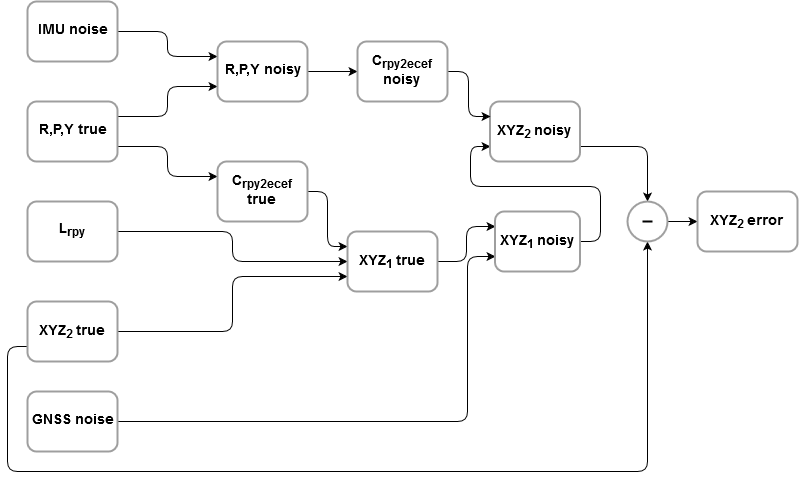
Above: Untitled Diagram.png in DaryaMalafeeva/gnss-imu-rover (draw.io), before the change. Source tidied: cells renumbered, new cells last; positions are measured from the earlier drawing's top-left corner, leaving out a move shared by most shapes.
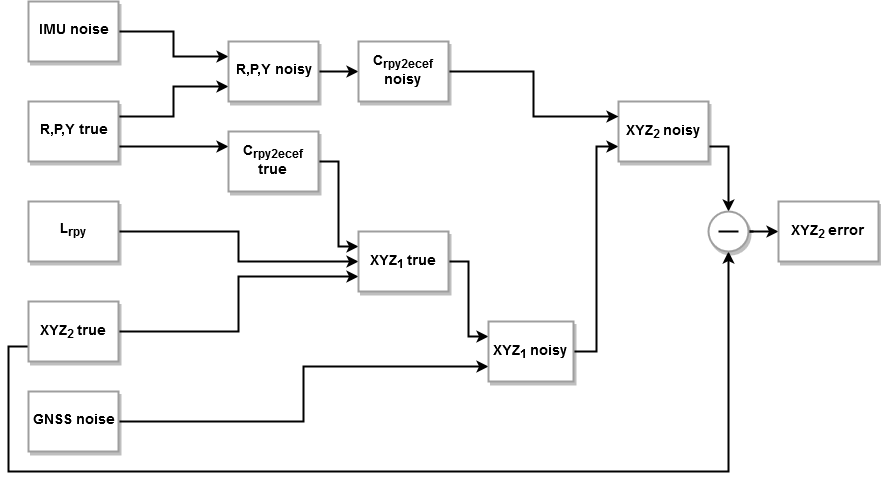
Later version of the same file.

Diff of the diagram source:
```diff
@@ -2,103 +2,106 @@
   <root>
     <mxCell id="0" />
     <mxCell id="1" parent="0" />
-    <mxCell id="2" style="edgeStyle=orthogonalEdgeStyle;rounded=1;jettySize=auto;html=1;exitX=1;exitY=0.25;exitDx=0;exitDy=0;entryX=0;entryY=0.75;entryDx=0;entryDy=0;strokeWidth=1;jumpSize=1;" parent="1" edge="1" source="4" target="17">
+    <mxCell id="2" style="edgeStyle=orthogonalEdgeStyle;rounded=0;jettySize=auto;html=1;exitX=1;exitY=0.25;exitDx=0;exitDy=0;entryX=0;entryY=0.75;entryDx=0;entryDy=0;strokeWidth=2;jumpSize=3;" parent="1" edge="1" source="4" target="17">
       <mxGeometry relative="1" as="geometry" />
     </mxCell>
-    <mxCell id="3" style="edgeStyle=orthogonalEdgeStyle;rounded=1;jettySize=auto;html=1;exitX=1;exitY=0.75;exitDx=0;exitDy=0;entryX=0;entryY=0.25;entryDx=0;entryDy=0;strokeWidth=1;" parent="1" edge="1" source="4" target="15">
+    <mxCell id="3" style="edgeStyle=orthogonalEdgeStyle;rounded=0;jettySize=auto;html=1;exitX=1;exitY=0.75;exitDx=0;exitDy=0;entryX=0;entryY=0.25;entryDx=0;entryDy=0;strokeWidth=2;" parent="1" edge="1" source="4" target="15">
       <mxGeometry relative="1" as="geometry" />
     </mxCell>
-    <mxCell id="4" value="&lt;b&gt;&lt;font style=&quot;font-size: 14px&quot;&gt;R,P,Y true&lt;/font&gt;&lt;/b&gt;" style="rounded=1;whiteSpace=wrap;html=1;strokeWidth=2;strokeColor=#9E9E9E;" parent="1" vertex="1">
+    <mxCell id="4" value="&lt;b&gt;&lt;font style=&quot;font-size: 14px&quot;&gt;R,P,Y true&lt;/font&gt;&lt;/b&gt;" style="rounded=0;whiteSpace=wrap;html=1;strokeWidth=2;strokeColor=#9E9E9E;shadow=1;" parent="1" vertex="1">
       <mxGeometry x="20" y="100" width="90" height="60" as="geometry" />
     </mxCell>
-    <mxCell id="5" style="edgeStyle=orthogonalEdgeStyle;rounded=1;jettySize=auto;html=1;exitX=1;exitY=0.5;exitDx=0;exitDy=0;entryX=0;entryY=0.25;entryDx=0;entryDy=0;strokeWidth=1;" parent="1" edge="1" source="6" target="17">
+    <mxCell id="5" style="edgeStyle=orthogonalEdgeStyle;rounded=0;jettySize=auto;html=1;exitX=1;exitY=0.5;exitDx=0;exitDy=0;entryX=0;entryY=0.25;entryDx=0;entryDy=0;strokeWidth=2;" parent="1" edge="1" source="6" target="17">
       <mxGeometry relative="1" as="geometry" />
     </mxCell>
-    <mxCell id="6" value="&lt;b&gt;&lt;font style=&quot;font-size: 14px&quot;&gt;IMU noise&lt;/font&gt;&lt;/b&gt;" style="rounded=1;whiteSpace=wrap;html=1;strokeWidth=2;strokeColor=#9E9E9E;" parent="1" vertex="1">
+    <mxCell id="6" value="&lt;b&gt;&lt;font style=&quot;font-size: 14px&quot;&gt;IMU noise&lt;/font&gt;&lt;/b&gt;" style="rounded=0;whiteSpace=wrap;html=1;strokeWidth=2;strokeColor=#9E9E9E;glass=0;comic=0;shadow=1;" parent="1" vertex="1">
       <mxGeometry x="20" width="90" height="60" as="geometry" />
     </mxCell>
-    <mxCell id="7" style="edgeStyle=orthogonalEdgeStyle;rounded=1;jettySize=auto;html=1;exitX=1;exitY=0.5;exitDx=0;exitDy=0;entryX=0;entryY=0.75;entryDx=0;entryDy=0;strokeWidth=1;" parent="1" edge="1" source="8" target="21">
-      <mxGeometry relative="1" as="geometry">
-        <Array as="points">
-          <mxPoint x="460" y="420" />
-          <mxPoint x="460" y="255" />
-        </Array>
-      </mxGeometry>
+    <mxCell id="7" style="edgeStyle=orthogonalEdgeStyle;rounded=0;jumpSize=2;jettySize=auto;html=1;exitX=1;exitY=0.5;exitDx=0;exitDy=0;entryX=0;entryY=0.75;entryDx=0;entryDy=0;strokeWidth=2;" parent="1" edge="1" source="8" target="21">
+      <mxGeometry relative="1" as="geometry" />
     </mxCell>
-    <mxCell id="8" value="&lt;b&gt;&lt;font style=&quot;font-size: 14px&quot;&gt;GNSS noise&lt;/font&gt;&lt;/b&gt;" style="rounded=1;whiteSpace=wrap;html=1;strokeWidth=2;strokeColor=#9E9E9E;" parent="1" vertex="1">
+    <mxCell id="8" value="&lt;b&gt;&lt;font style=&quot;font-size: 14px&quot;&gt;GNSS noise&lt;/font&gt;&lt;/b&gt;" style="rounded=0;whiteSpace=wrap;html=1;strokeWidth=2;strokeColor=#9E9E9E;shadow=1;" parent="1" vertex="1">
       <mxGeometry x="20" y="390" width="90" height="60" as="geometry" />
     </mxCell>
-    <mxCell id="9" style="edgeStyle=orthogonalEdgeStyle;rounded=1;jettySize=auto;html=1;exitX=1;exitY=0.5;exitDx=0;exitDy=0;entryX=0;entryY=0.5;entryDx=0;entryDy=0;strokeWidth=1;" parent="1" edge="1" source="10" target="19">
+    <mxCell id="9" style="edgeStyle=orthogonalEdgeStyle;rounded=0;jettySize=auto;html=1;exitX=1;exitY=0.5;exitDx=0;exitDy=0;entryX=0;entryY=0.5;entryDx=0;entryDy=0;strokeWidth=2;" parent="1" edge="1" source="10" target="19">
       <mxGeometry relative="1" as="geometry" />
     </mxCell>
-    <mxCell id="10" value="&lt;b&gt;&lt;font style=&quot;font-size: 14px&quot;&gt;&lt;font style=&quot;font-size: 14px&quot;&gt;L&lt;sub&gt;rpy&lt;/sub&gt;&lt;br&gt;&lt;/font&gt;&lt;/font&gt;&lt;/b&gt;" style="rounded=1;whiteSpace=wrap;html=1;strokeWidth=2;strokeColor=#9E9E9E;" parent="1" vertex="1">
+    <mxCell id="10" value="&lt;b&gt;&lt;font style=&quot;font-size: 14px&quot;&gt;&lt;font style=&quot;font-size: 14px&quot;&gt;L&lt;sub&gt;rpy&lt;/sub&gt;&lt;br&gt;&lt;/font&gt;&lt;/font&gt;&lt;/b&gt;" style="rounded=0;whiteSpace=wrap;html=1;strokeWidth=2;strokeColor=#9E9E9E;shadow=1;" parent="1" vertex="1">
       <mxGeometry x="20" y="200" width="90" height="60" as="geometry" />
     </mxCell>
-    <mxCell id="11" style="edgeStyle=orthogonalEdgeStyle;rounded=1;jettySize=auto;html=1;exitX=1;exitY=0.5;exitDx=0;exitDy=0;entryX=0;entryY=0.75;entryDx=0;entryDy=0;strokeWidth=1;" parent="1" edge="1" source="13" target="19">
+    <mxCell id="11" style="edgeStyle=orthogonalEdgeStyle;rounded=0;jettySize=auto;html=1;exitX=1;exitY=0.5;exitDx=0;exitDy=0;entryX=0;entryY=0.75;entryDx=0;entryDy=0;strokeWidth=2;" parent="1" edge="1" source="13" target="19">
       <mxGeometry relative="1" as="geometry" />
     </mxCell>
-    <mxCell id="12" style="edgeStyle=orthogonalEdgeStyle;rounded=1;jettySize=auto;html=1;exitX=0;exitY=0.75;exitDx=0;exitDy=0;entryX=0.5;entryY=1;entryDx=0;entryDy=0;strokeWidth=1;" parent="1" edge="1" source="13" target="27">
+    <mxCell id="12" style="edgeStyle=orthogonalEdgeStyle;rounded=0;jettySize=auto;html=1;exitX=0;exitY=0.75;exitDx=0;exitDy=0;entryX=0.5;entryY=1;entryDx=0;entryDy=0;strokeWidth=2;" parent="1" edge="1" source="13" target="27">
       <mxGeometry relative="1" as="geometry">
         <Array as="points">
           <mxPoint y="345" />
           <mxPoint y="470" />
-          <mxPoint x="640" y="470" />
+          <mxPoint x="720" y="470" />
         </Array>
       </mxGeometry>
     </mxCell>
-    <mxCell id="13" value="&lt;b&gt;&lt;font style=&quot;font-size: 16px&quot;&gt;&lt;span style=&quot;font-size: 14px&quot;&gt;&lt;font style=&quot;font-size: 14px&quot;&gt;XYZ&lt;sub&gt;2 &lt;/sub&gt;true&lt;br&gt;&lt;/font&gt;&lt;/span&gt;&lt;/font&gt;&lt;/b&gt;" style="rounded=1;whiteSpace=wrap;html=1;strokeWidth=2;strokeColor=#9E9E9E;" parent="1" vertex="1">
+    <mxCell id="13" value="&lt;b&gt;&lt;font style=&quot;font-size: 16px&quot;&gt;&lt;span style=&quot;font-size: 14px&quot;&gt;&lt;font style=&quot;font-size: 14px&quot;&gt;XYZ&lt;sub&gt;2 &lt;/sub&gt;true&lt;br&gt;&lt;/font&gt;&lt;/span&gt;&lt;/font&gt;&lt;/b&gt;" style="rounded=0;whiteSpace=wrap;html=1;strokeWidth=2;strokeColor=#9E9E9E;shadow=1;" parent="1" vertex="1">
       <mxGeometry x="20" y="300" width="90" height="60" as="geometry" />
     </mxCell>
-    <mxCell id="14" style="edgeStyle=orthogonalEdgeStyle;rounded=1;jettySize=auto;html=1;exitX=1;exitY=0.5;exitDx=0;exitDy=0;entryX=0;entryY=0.25;entryDx=0;entryDy=0;strokeWidth=1;" parent="1" edge="1" source="15" target="19">
+    <mxCell id="14" style="edgeStyle=orthogonalEdgeStyle;rounded=0;jettySize=auto;html=1;exitX=1;exitY=0.5;exitDx=0;exitDy=0;entryX=0;entryY=0.25;entryDx=0;entryDy=0;strokeWidth=2;" parent="1" edge="1" source="15" target="19">
       <mxGeometry relative="1" as="geometry" />
     </mxCell>
-    <mxCell id="15" value="&lt;b&gt;&lt;font style=&quot;font-size: 14px&quot;&gt;C&lt;sub&gt;rpy2ecef&lt;/sub&gt; true&lt;/font&gt;&lt;/b&gt;" style="rounded=1;whiteSpace=wrap;html=1;strokeWidth=2;strokeColor=#9E9E9E;" parent="1" vertex="1">
-      <mxGeometry x="210" y="160" width="90" height="60" as="geometry" />
+    <mxCell id="15" value="&lt;b&gt;&lt;font style=&quot;font-size: 14px&quot;&gt;C&lt;sub&gt;rpy2ecef&lt;/sub&gt; true&lt;/font&gt;&lt;/b&gt;" style="rounded=0;whiteSpace=wrap;html=1;strokeWidth=2;strokeColor=#9E9E9E;shadow=1;" parent="1" vertex="1">
+      <mxGeometry x="220" y="130" width="90" height="60" as="geometry" />
     </mxCell>
-    <mxCell id="16" style="edgeStyle=orthogonalEdgeStyle;rounded=1;jettySize=auto;html=1;exitX=1;exitY=0.5;exitDx=0;exitDy=0;entryX=0;entryY=0.5;entryDx=0;entryDy=0;strokeWidth=1;" parent="1" edge="1" source="17" target="25">
+    <mxCell id="16" style="edgeStyle=orthogonalEdgeStyle;rounded=0;jettySize=auto;html=1;exitX=1;exitY=0.5;exitDx=0;exitDy=0;entryX=0;entryY=0.5;entryDx=0;entryDy=0;strokeWidth=2;" parent="1" edge="1" source="17" target="25">
       <mxGeometry relative="1" as="geometry" />
     </mxCell>
-    <mxCell id="17" value="&lt;b&gt;&lt;font style=&quot;font-size: 14px&quot;&gt;R,P,Y noisy&lt;/font&gt;&lt;/b&gt;" style="rounded=1;whiteSpace=wrap;html=1;strokeWidth=2;strokeColor=#9E9E9E;" parent="1" vertex="1">
-      <mxGeometry x="210" y="40" width="90" height="60" as="geometry" />
+    <mxCell id="17" value="&lt;b&gt;&lt;font style=&quot;font-size: 14px&quot;&gt;R,P,Y noisy&lt;/font&gt;&lt;/b&gt;" style="rounded=0;whiteSpace=wrap;html=1;strokeWidth=2;strokeColor=#9E9E9E;shadow=1;" parent="1" vertex="1">
+      <mxGeometry x="220" y="40" width="90" height="60" as="geometry" />
     </mxCell>
-    <mxCell id="18" style="edgeStyle=orthogonalEdgeStyle;rounded=1;jettySize=auto;html=1;exitX=1;exitY=0.5;exitDx=0;exitDy=0;entryX=0;entryY=0.25;entryDx=0;entryDy=0;strokeWidth=1;" parent="1" edge="1" source="19" target="21">
+    <mxCell id="18" style="edgeStyle=orthogonalEdgeStyle;rounded=0;jettySize=auto;html=1;exitX=1;exitY=0.5;exitDx=0;exitDy=0;entryX=0;entryY=0.25;entryDx=0;entryDy=0;strokeWidth=2;" parent="1" edge="1" source="19" target="21">
       <mxGeometry relative="1" as="geometry" />
     </mxCell>
-    <mxCell id="19" value="&lt;b&gt;&lt;font style=&quot;font-size: 16px&quot;&gt;&lt;span style=&quot;font-size: 14px&quot;&gt;&lt;font style=&quot;font-size: 14px&quot;&gt;XYZ&lt;sub&gt;1 &lt;/sub&gt;true&lt;br&gt;&lt;/font&gt;&lt;/span&gt;&lt;/font&gt;&lt;/b&gt;" style="rounded=1;whiteSpace=wrap;html=1;strokeWidth=2;strokeColor=#9E9E9E;" parent="1" vertex="1">
-      <mxGeometry x="340" y="230" width="90" height="60" as="geometry" />
+    <mxCell id="19" value="&lt;b&gt;&lt;font style=&quot;font-size: 16px&quot;&gt;&lt;span style=&quot;font-size: 14px&quot;&gt;&lt;font style=&quot;font-size: 14px&quot;&gt;XYZ&lt;sub&gt;1 &lt;/sub&gt;true&lt;br&gt;&lt;/font&gt;&lt;/span&gt;&lt;/font&gt;&lt;/b&gt;" style="rounded=0;whiteSpace=wrap;html=1;strokeWidth=2;strokeColor=#9E9E9E;shadow=1;" parent="1" vertex="1">
+      <mxGeometry x="350" y="230" width="90" height="60" as="geometry" />
     </mxCell>
-    <mxCell id="20" style="edgeStyle=orthogonalEdgeStyle;rounded=1;jettySize=auto;html=1;exitX=1;exitY=0.5;exitDx=0;exitDy=0;entryX=0;entryY=0.75;entryDx=0;entryDy=0;strokeWidth=1;" parent="1" edge="1" source="21" target="23">
+    <mxCell id="20" style="edgeStyle=orthogonalEdgeStyle;rounded=0;jettySize=auto;html=1;exitX=1;exitY=0.5;exitDx=0;exitDy=0;entryX=0;entryY=0.75;entryDx=0;entryDy=0;strokeWidth=2;" parent="1" edge="1" source="21" target="23">
       <mxGeometry relative="1" as="geometry" />
     </mxCell>
-    <mxCell id="21" value="&lt;b&gt;&lt;font style=&quot;font-size: 16px&quot;&gt;&lt;span style=&quot;font-size: 14px&quot;&gt;&lt;font style=&quot;font-size: 14px&quot;&gt;XYZ&lt;sub&gt;1 &lt;/sub&gt;noisy&lt;br&gt;&lt;/font&gt;&lt;/span&gt;&lt;/font&gt;&lt;/b&gt;" style="rounded=1;whiteSpace=wrap;html=1;strokeWidth=2;strokeColor=#9E9E9E;" parent="1" vertex="1">
-      <mxGeometry x="487.5" y="210" width="85" height="60" as="geometry" />
+    <mxCell id="21" value="&lt;b&gt;&lt;font style=&quot;font-size: 16px&quot;&gt;&lt;span style=&quot;font-size: 14px&quot;&gt;&lt;font style=&quot;font-size: 14px&quot;&gt;XYZ&lt;sub&gt;1 &lt;/sub&gt;noisy&lt;br&gt;&lt;/font&gt;&lt;/span&gt;&lt;/font&gt;&lt;/b&gt;" style="rounded=0;whiteSpace=wrap;html=1;strokeWidth=2;strokeColor=#9E9E9E;shadow=1;" parent="1" vertex="1">
+      <mxGeometry x="480" y="320" width="85" height="60" as="geometry" />
     </mxCell>
-    <mxCell id="22" style="edgeStyle=orthogonalEdgeStyle;rounded=1;jettySize=auto;html=1;exitX=1;exitY=0.75;exitDx=0;exitDy=0;entryX=0.5;entryY=0;entryDx=0;entryDy=0;strokeWidth=1;" parent="1" edge="1" source="23" target="27">
+    <mxCell id="22" style="edgeStyle=orthogonalEdgeStyle;rounded=0;jettySize=auto;html=1;exitX=1;exitY=0.75;exitDx=0;exitDy=0;entryX=0.5;entryY=0;entryDx=0;entryDy=0;strokeWidth=2;" parent="1" edge="1" source="23" target="27">
       <mxGeometry relative="1" as="geometry" />
     </mxCell>
-    <mxCell id="23" value="&lt;b&gt;&lt;font style=&quot;font-size: 16px&quot;&gt;&lt;span style=&quot;font-size: 14px&quot;&gt;&lt;font style=&quot;font-size: 14px&quot;&gt;XYZ&lt;sub&gt;2 &lt;/sub&gt;noisy&lt;br&gt;&lt;/font&gt;&lt;/span&gt;&lt;/font&gt;&lt;/b&gt;" style="rounded=1;whiteSpace=wrap;html=1;strokeWidth=2;strokeColor=#9E9E9E;" parent="1" vertex="1">
-      <mxGeometry x="482.5" y="100" width="90" height="60" as="geometry" />
+    <mxCell id="23" value="&lt;b&gt;&lt;font style=&quot;font-size: 16px&quot;&gt;&lt;span style=&quot;font-size: 14px&quot;&gt;&lt;font style=&quot;font-size: 14px&quot;&gt;XYZ&lt;sub&gt;2 &lt;/sub&gt;noisy&lt;br&gt;&lt;/font&gt;&lt;/span&gt;&lt;/font&gt;&lt;/b&gt;" style="rounded=0;whiteSpace=wrap;html=1;strokeWidth=2;strokeColor=#9E9E9E;shadow=1;" parent="1" vertex="1">
+      <mxGeometry x="610" y="100" width="90" height="60" as="geometry" />
     </mxCell>
-    <mxCell id="24" style="edgeStyle=orthogonalEdgeStyle;rounded=1;jettySize=auto;html=1;exitX=1;exitY=0.5;exitDx=0;exitDy=0;entryX=0;entryY=0.25;entryDx=0;entryDy=0;strokeWidth=1;" parent="1" edge="1" source="25" target="23">
+    <mxCell id="24" style="edgeStyle=orthogonalEdgeStyle;rounded=0;jumpSize=2;jettySize=auto;html=1;exitX=1;exitY=0.5;exitDx=0;exitDy=0;strokeWidth=2;entryX=0;entryY=0.25;entryDx=0;entryDy=0;comic=0;" parent="1" edge="1" source="25" target="23">
       <mxGeometry relative="1" as="geometry" />
     </mxCell>
-    <mxCell id="25" value="&lt;b&gt;&lt;font style=&quot;font-size: 14px&quot;&gt;C&lt;sub&gt;rpy2ecef&lt;/sub&gt; noisy&lt;br&gt;&lt;/font&gt;&lt;/b&gt;" style="rounded=1;whiteSpace=wrap;html=1;strokeWidth=2;strokeColor=#9E9E9E;" parent="1" vertex="1">
+    <mxCell id="25" value="&lt;b&gt;&lt;font style=&quot;font-size: 14px&quot;&gt;C&lt;sub&gt;rpy2ecef&lt;/sub&gt; noisy&lt;br&gt;&lt;/font&gt;&lt;/b&gt;" style="rounded=0;whiteSpace=wrap;html=1;strokeWidth=2;strokeColor=#9E9E9E;shadow=1;" parent="1" vertex="1">
       <mxGeometry x="350" y="40" width="90" height="60" as="geometry" />
     </mxCell>
-    <mxCell id="26" style="edgeStyle=orthogonalEdgeStyle;rounded=1;jettySize=auto;html=1;exitX=1;exitY=0.5;exitDx=0;exitDy=0;strokeWidth=1;entryX=0;entryY=0.5;entryDx=0;entryDy=0;" parent="1" edge="1" source="27" target="28">
+    <mxCell id="26" style="edgeStyle=orthogonalEdgeStyle;rounded=0;jettySize=auto;html=1;exitX=1;exitY=0.5;exitDx=0;exitDy=0;strokeWidth=2;entryX=0;entryY=0.5;entryDx=0;entryDy=0;" parent="1" edge="1" source="27" target="28">
       <mxGeometry relative="1" as="geometry" />
     </mxCell>
-    <mxCell id="27" style="ellipse;whiteSpace=wrap;html=1;strokeWidth=2;rounded=1;strokeColor=#9E9E9E;" parent="1" vertex="1">
-      <mxGeometry x="620" y="200" width="40" height="40" as="geometry" />
-    </mxCell>
-    <mxCell id="28" value="&lt;b&gt;&lt;font style=&quot;font-size: 16px&quot;&gt;&lt;span style=&quot;font-size: 14px&quot;&gt;&lt;font style=&quot;font-size: 14px&quot;&gt;XYZ&lt;sub&gt;2 &lt;/sub&gt;error&lt;br&gt;&lt;/font&gt;&lt;/span&gt;&lt;/font&gt;&lt;/b&gt;" style="rounded=1;whiteSpace=wrap;html=1;strokeWidth=2;strokeColor=#9E9E9E;" parent="1" vertex="1">
-      <mxGeometry x="690" y="190" width="100" height="60" as="geometry" />
+    <mxCell id="28" value="&lt;b&gt;&lt;font style=&quot;font-size: 16px&quot;&gt;&lt;span style=&quot;font-size: 14px&quot;&gt;&lt;font style=&quot;font-size: 14px&quot;&gt;XYZ&lt;sub&gt;2 &lt;/sub&gt;error&lt;br&gt;&lt;/font&gt;&lt;/span&gt;&lt;/font&gt;&lt;/b&gt;" style="rounded=0;whiteSpace=wrap;html=1;strokeWidth=2;strokeColor=#9E9E9E;shadow=1;" parent="1" vertex="1">
+      <mxGeometry x="770" y="200" width="100" height="60" as="geometry" />
     </mxCell>
-    <mxCell id="29" style="endArrow=none;html=1;strokeWidth=2;jumpSize=9;" parent="1" edge="1">
+    <mxCell id="29" style="endArrow=none;html=1;strokeWidth=2;jumpSize=9;" parent="1" edge="1" source="27">
       <mxGeometry relative="1" as="geometry">
-        <mxPoint x="635" y="220" as="sourcePoint" />
-        <mxPoint x="645" y="220" as="targetPoint" />
+        <mxPoint x="745" y="230" as="targetPoint" />
       </mxGeometry>
     </mxCell>
+    <mxCell id="27" style="ellipse;whiteSpace=wrap;html=1;strokeWidth=2;rounded=0;strokeColor=#9E9E9E;fontSize=12;shadow=1;" parent="1" vertex="1">
+      <mxGeometry x="700" y="210" width="40" height="40" as="geometry" />
+    </mxCell>
+    <mxCell id="30" style="endArrow=none;html=1;strokeWidth=2;jumpSize=9;" parent="1" edge="1">
+      <mxGeometry relative="1" as="geometry">
+        <mxPoint x="730" y="230" as="sourcePoint" />
+        <mxPoint x="710" y="230" as="targetPoint" />
+        <Array as="points">
+          <mxPoint x="710" y="230" />
+        </Array>
+      </mxGeometry>
+    </mxCell>
   </root>
 </mxGraphModel>
```
